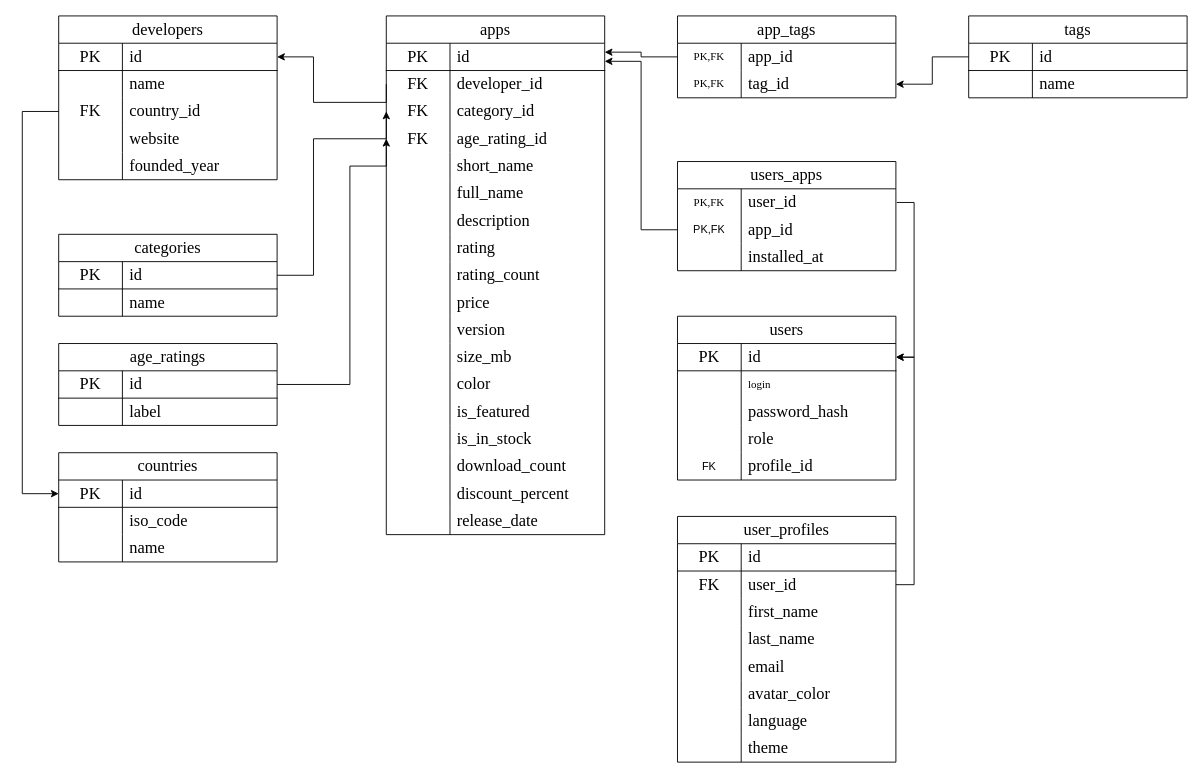
This is docs/UML/erd.drawio from martim-x/AppStore, a draw.io file, before an edit. Source tidied: cells renumbered, new cells numbered last; positions are measured from the earlier drawing's top-left corner, leaving out a move shared by most shapes. Both pictures are drawn from the tidied source at 91%, with x=0, y=0 at pixel (22, 15).
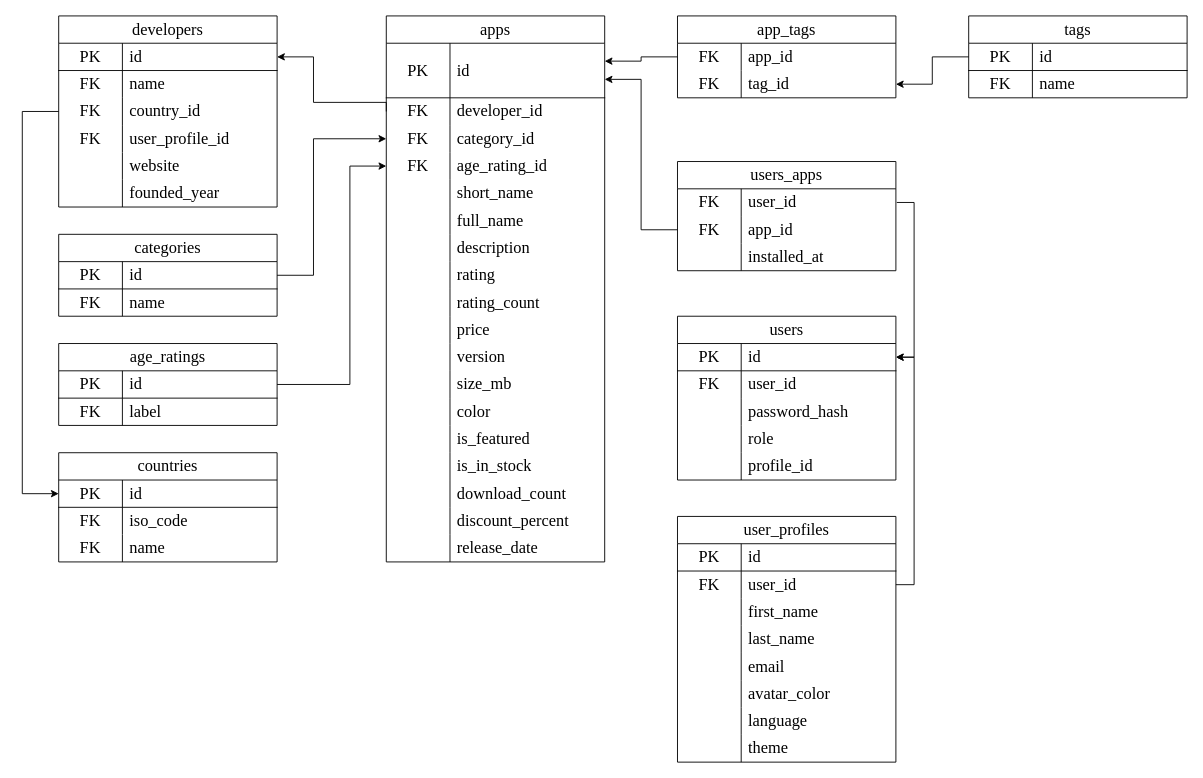
The same page after the edit.

Commit message (it also covers changes not shown here):
docs(UML): обратно 22 прецедента, крупнее эллипсы; синхронизация модели apps

Unchanged cells that the change refers to:
```xml
<mxCell id="31" style="shape=tableRow;horizontal=0;startSize=0;swimlaneHead=0;swimlaneBody=0;fillColor=none;top=0;left=0;right=0;bottom=0;html=1;" parent="27" vertex="1">
  <mxGeometry y="60" width="240" height="30" as="geometry" />
</mxCell>
<mxCell id="47" style="shape=tableRow;horizontal=0;startSize=0;swimlaneHead=0;swimlaneBody=0;fillColor=none;top=0;left=0;right=0;bottom=0;html=1;" parent="43" vertex="1">
  <mxGeometry y="60" width="240" height="30" as="geometry" />
</mxCell>
<mxCell id="50" style="shape=tableRow;horizontal=0;startSize=0;swimlaneHead=0;swimlaneBody=0;fillColor=none;top=0;left=0;right=0;bottom=0;html=1;" parent="43" vertex="1">
  <mxGeometry y="90" width="240" height="30" as="geometry" />
</mxCell>
<mxCell id="57" style="shape=tableRow;horizontal=0;startSize=0;swimlaneHead=0;swimlaneBody=0;fillColor=none;top=0;left=0;right=0;bottom=0;html=1;" parent="53" vertex="1">
  <mxGeometry y="60" width="240" height="30" as="geometry" />
</mxCell>
<mxCell id="64" style="shape=tableRow;horizontal=0;startSize=0;swimlaneHead=0;swimlaneBody=0;fillColor=none;top=0;left=0;right=0;bottom=0;html=1;" parent="60" vertex="1">
  <mxGeometry y="60" width="240" height="30" as="geometry" />
</mxCell>
<mxCell id="68" style="shape=tableRow;horizontal=0;startSize=0;swimlaneHead=0;swimlaneBody=0;fillColor=none;points=[[0,0.5],[1,0.5]];portConstraint=eastwest;top=0;left=0;right=0;bottom=0;html=1;" parent="67" vertex="1">
  <mxGeometry y="30" width="240" height="30" as="geometry" />
</mxCell>
<mxCell id="71" style="shape=tableRow;horizontal=0;startSize=0;swimlaneHead=0;swimlaneBody=0;fillColor=none;points=[[0,0.5],[1,0.5]];portConstraint=eastwest;top=0;left=0;right=0;bottom=0;html=1;" parent="67" vertex="1">
  <mxGeometry y="60" width="240" height="30" as="geometry" />
</mxCell>
<mxCell id="78" style="shape=tableRow;horizontal=0;startSize=0;swimlaneHead=0;swimlaneBody=0;fillColor=none;top=0;left=0;right=0;bottom=0;html=1;" parent="74" vertex="1">
  <mxGeometry y="60" width="240" height="30" as="geometry" />
</mxCell>
<mxCell id="87" style="shape=tableRow;horizontal=0;startSize=0;swimlaneHead=0;swimlaneBody=0;fillColor=none;top=0;left=0;right=0;bottom=0;html=1;" parent="74" vertex="1">
  <mxGeometry y="150" width="240" height="30" as="geometry" />
</mxCell>
<mxCell id="92" style="shape=tableRow;horizontal=0;startSize=0;swimlaneHead=0;swimlaneBody=0;fillColor=none;points=[[0,0.5],[1,0.5]];portConstraint=eastwest;top=0;left=0;right=0;bottom=0;html=1;strokeColor=inherit;perimeterSpacing=1;" parent="91" vertex="1">
  <mxGeometry y="30" width="240" height="30" as="geometry" />
</mxCell>
<mxCell id="95" style="shape=tableRow;horizontal=0;startSize=0;swimlaneHead=0;swimlaneBody=0;fillColor=none;points=[[0,0.5],[1,0.5]];portConstraint=eastwest;top=0;left=0;right=0;bottom=0;html=1;" parent="91" vertex="1">
  <mxGeometry y="60" width="240" height="30" as="geometry" />
</mxCell>
<mxCell id="105" style="shape=tableRow;horizontal=0;startSize=0;swimlaneHead=0;swimlaneBody=0;fillColor=none;top=0;left=0;right=0;bottom=0;html=1;" parent="101" vertex="1">
  <mxGeometry y="60" width="240" height="30" as="geometry" />
</mxCell>
```

The edit, as a diff of the source:
```diff
@@
     <mxCell id="27" value="&lt;div style=&quot;text-align: left;&quot;&gt;&lt;span style=&quot;background-color: transparent; color: light-dark(#000000, var(--ge-light-color, #ffffff)); text-wrap-mode: nowrap;&quot;&gt;developers&lt;/span&gt;&lt;/div&gt;" style="shape=table;startSize=30;childLayout=tableLayout;rowLines=0;fontStyle=0;align=center;html=1;whiteSpace=wrap;fontFamily=Times New Roman;fontSize=18;" parent="1" vertex="1">
-      <mxGeometry x="40" width="240" height="180" as="geometry" />
+      <mxGeometry x="40" width="240" height="210" as="geometry" />
     </mxCell>
@@
-    <mxCell id="32" style="shape=partialRectangle;fillColor=none;top=0;left=0;bottom=0;right=0;overflow=hidden;html=1;whiteSpace=wrap;fontFamily=Times New Roman;" parent="31" vertex="1">
+    <mxCell id="32" value="&lt;font style=&quot;font-size: 18px;&quot;&gt;FK&lt;/font&gt;" style="shape=partialRectangle;fillColor=none;top=0;left=0;bottom=0;right=0;overflow=hidden;html=1;whiteSpace=wrap;fontFamily=Times New Roman;" parent="31" vertex="1">
       <mxGeometry width="70" height="30" as="geometry" />
     </mxCell>
@@
+    <mxCell id="171" style="shape=tableRow;horizontal=0;startSize=0;swimlaneHead=0;swimlaneBody=0;fillColor=none;top=0;left=0;right=0;bottom=0;html=1;" parent="27" vertex="1">
+      <mxGeometry y="120" width="240" height="30" as="geometry" />
+    </mxCell>
+    <mxCell id="172" value="&lt;font style=&quot;font-size: 18px;&quot;&gt;FK&lt;/font&gt;" style="shape=partialRectangle;fillColor=none;top=0;left=0;bottom=0;right=0;overflow=hidden;html=1;whiteSpace=wrap;fontFamily=Times New Roman;" parent="171" vertex="1">
+      <mxGeometry width="70" height="30" as="geometry" />
+    </mxCell>
+    <mxCell id="173" value="user_profile_id" style="shape=partialRectangle;fillColor=none;top=0;left=0;bottom=0;right=0;align=left;spacingLeft=6;overflow=hidden;html=1;whiteSpace=wrap;fontSize=18;fontFamily=Times New Roman;" parent="171" vertex="1">
+      <mxGeometry x="70" width="170" height="30" as="geometry" />
+    </mxCell>
     <mxCell id="37" style="shape=tableRow;horizontal=0;startSize=0;swimlaneHead=0;swimlaneBody=0;fillColor=none;top=0;left=0;right=0;bottom=0;html=1;" parent="27" vertex="1">
-      <mxGeometry y="120" width="240" height="30" as="geometry" />
+      <mxGeometry y="150" width="240" height="30" as="geometry" />
     </mxCell>
@@
     <mxCell id="40" style="shape=tableRow;horizontal=0;startSize=0;swimlaneHead=0;swimlaneBody=0;fillColor=none;top=0;left=0;right=0;bottom=0;html=1;" parent="27" vertex="1">
-      <mxGeometry y="150" width="240" height="30" as="geometry" />
+      <mxGeometry y="180" width="240" height="30" as="geometry" />
     </mxCell>
@@
-    <mxCell id="48" style="shape=partialRectangle;fillColor=none;top=0;left=0;bottom=0;right=0;overflow=hidden;html=1;whiteSpace=wrap;fontFamily=Times New Roman;" parent="47" vertex="1">
+    <mxCell id="48" value="&lt;font style=&quot;font-size: 18px;&quot;&gt;FK&lt;/font&gt;" style="shape=partialRectangle;fillColor=none;top=0;left=0;bottom=0;right=0;overflow=hidden;html=1;whiteSpace=wrap;fontFamily=Times New Roman;" parent="47" vertex="1">
       <mxGeometry width="70" height="30" as="geometry" />
     </mxCell>
@@
-    <mxCell id="51" style="shape=partialRectangle;fillColor=none;top=0;left=0;bottom=0;right=0;overflow=hidden;html=1;whiteSpace=wrap;fontFamily=Times New Roman;" parent="50" vertex="1">
+    <mxCell id="51" value="&lt;font style=&quot;font-size: 18px;&quot;&gt;FK&lt;/font&gt;" style="shape=partialRectangle;fillColor=none;top=0;left=0;bottom=0;right=0;overflow=hidden;html=1;whiteSpace=wrap;fontFamily=Times New Roman;" parent="50" vertex="1">
       <mxGeometry width="70" height="30" as="geometry" />
     </mxCell>
@@
-    <mxCell id="58" style="shape=partialRectangle;fillColor=none;top=0;left=0;bottom=0;right=0;overflow=hidden;html=1;whiteSpace=wrap;fontFamily=Times New Roman;" parent="57" vertex="1">
+    <mxCell id="58" value="&lt;font style=&quot;font-size: 18px;&quot;&gt;FK&lt;/font&gt;" style="shape=partialRectangle;fillColor=none;top=0;left=0;bottom=0;right=0;overflow=hidden;html=1;whiteSpace=wrap;fontFamily=Times New Roman;" parent="57" vertex="1">
       <mxGeometry width="70" height="30" as="geometry" />
     </mxCell>
@@
-    <mxCell id="65" style="shape=partialRectangle;fillColor=none;top=0;left=0;bottom=0;right=0;overflow=hidden;html=1;whiteSpace=wrap;fontFamily=Times New Roman;" parent="64" vertex="1">
+    <mxCell id="65" value="&lt;font style=&quot;font-size: 18px;&quot;&gt;FK&lt;/font&gt;" style="shape=partialRectangle;fillColor=none;top=0;left=0;bottom=0;right=0;overflow=hidden;html=1;whiteSpace=wrap;fontFamily=Times New Roman;" parent="64" vertex="1">
       <mxGeometry width="70" height="30" as="geometry" />
     </mxCell>
@@
-    <mxCell id="69" value="PK,FK" style="shape=partialRectangle;fillColor=none;top=0;left=0;bottom=0;right=0;overflow=hidden;html=1;whiteSpace=wrap;fontFamily=Times New Roman;" parent="68" vertex="1">
+    <mxCell id="69" value="&lt;font style=&quot;font-size: 18px;&quot;&gt;FK&lt;/font&gt;" style="shape=partialRectangle;fillColor=none;top=0;left=0;bottom=0;right=0;overflow=hidden;html=1;whiteSpace=wrap;fontFamily=Times New Roman;" parent="68" vertex="1">
       <mxGeometry width="70" height="30" as="geometry" />
     </mxCell>
@@
-    <mxCell id="72" value="PK,FK" style="shape=partialRectangle;fillColor=none;top=0;left=0;bottom=0;right=0;overflow=hidden;html=1;whiteSpace=wrap;fontFamily=Times New Roman;" parent="71" vertex="1">
+    <mxCell id="72" value="&lt;font style=&quot;font-size: 18px;&quot;&gt;FK&lt;/font&gt;" style="shape=partialRectangle;fillColor=none;top=0;left=0;bottom=0;right=0;overflow=hidden;html=1;whiteSpace=wrap;fontFamily=Times New Roman;" parent="71" vertex="1">
       <mxGeometry width="70" height="30" as="geometry" />
     </mxCell>
@@
-    <mxCell id="79" style="shape=partialRectangle;fillColor=none;top=0;left=0;bottom=0;right=0;overflow=hidden;html=1;whiteSpace=wrap;fontFamily=Times New Roman;" parent="78" vertex="1">
+    <mxCell id="79" value="&lt;font style=&quot;font-size: 18px;&quot;&gt;FK&lt;/font&gt;" style="shape=partialRectangle;fillColor=none;top=0;left=0;bottom=0;right=0;overflow=hidden;html=1;whiteSpace=wrap;fontFamily=Times New Roman;" parent="78" vertex="1">
       <mxGeometry width="70" height="30" as="geometry" />
     </mxCell>
-    <mxCell id="80" value="login" style="shape=partialRectangle;fillColor=none;top=0;left=0;bottom=0;right=0;align=left;spacingLeft=6;overflow=hidden;html=1;whiteSpace=wrap;fontFamily=Times New Roman;" parent="78" vertex="1">
+    <mxCell id="80" value="&lt;font style=&quot;font-size: 18px;&quot;&gt;user_id&lt;/font&gt;" style="shape=partialRectangle;fillColor=none;top=0;left=0;bottom=0;right=0;align=left;spacingLeft=6;overflow=hidden;html=1;whiteSpace=wrap;fontFamily=Times New Roman;" parent="78" vertex="1">
       <mxGeometry x="70" width="170" height="30" as="geometry" />
     </mxCell>
@@
-    <mxCell id="88" value="FK" style="shape=partialRectangle;fillColor=none;top=0;left=0;bottom=0;right=0;overflow=hidden;html=1;whiteSpace=wrap;" parent="87" vertex="1">
+    <mxCell id="88" style="shape=partialRectangle;fillColor=none;top=0;left=0;bottom=0;right=0;overflow=hidden;html=1;whiteSpace=wrap;" parent="87" vertex="1">
       <mxGeometry width="70" height="30" as="geometry" />
     </mxCell>
@@
-    <mxCell id="93" value="PK,FK" style="shape=partialRectangle;fillColor=none;top=0;left=0;bottom=0;right=0;overflow=hidden;html=1;whiteSpace=wrap;fontFamily=Times New Roman;" parent="92" vertex="1">
+    <mxCell id="93" value="&lt;font style=&quot;font-size: 18px;&quot;&gt;FK&lt;/font&gt;" style="shape=partialRectangle;fillColor=none;top=0;left=0;bottom=0;right=0;overflow=hidden;html=1;whiteSpace=wrap;fontFamily=Times New Roman;" parent="92" vertex="1">
       <mxGeometry width="70" height="30" as="geometry" />
     </mxCell>
@@
-    <mxCell id="96" value="PK,FK" style="shape=partialRectangle;fillColor=none;top=0;left=0;bottom=0;right=0;overflow=hidden;html=1;whiteSpace=wrap;" parent="95" vertex="1">
+    <mxCell id="96" value="&lt;font face=&quot;Times New Roman&quot; style=&quot;font-size: 18px;&quot;&gt;FK&lt;/font&gt;" style="shape=partialRectangle;fillColor=none;top=0;left=0;bottom=0;right=0;overflow=hidden;html=1;whiteSpace=wrap;" parent="95" vertex="1">
       <mxGeometry width="70" height="30" as="geometry" />
     </mxCell>
@@
-    <mxCell id="106" style="shape=partialRectangle;fillColor=none;top=0;left=0;bottom=0;right=0;overflow=hidden;html=1;whiteSpace=wrap;fontFamily=Times New Roman;" parent="105" vertex="1">
+    <mxCell id="106" value="&lt;font style=&quot;font-size: 18px;&quot;&gt;FK&lt;/font&gt;" style="shape=partialRectangle;fillColor=none;top=0;left=0;bottom=0;right=0;overflow=hidden;html=1;whiteSpace=wrap;fontFamily=Times New Roman;" parent="105" vertex="1">
       <mxGeometry width="70" height="30" as="geometry" />
     </mxCell>
@@
     <mxCell id="109" value="&lt;div style=&quot;text-align: left;&quot;&gt;&lt;span style=&quot;background-color: transparent; color: light-dark(#000000, var(--ge-light-color, #ffffff)); text-wrap-mode: nowrap;&quot;&gt;apps&lt;/span&gt;&lt;/div&gt;" style="shape=table;startSize=30;childLayout=tableLayout;rowLines=0;fontStyle=0;align=center;html=1;whiteSpace=wrap;fontFamily=Times New Roman;fontSize=18;" parent="1" vertex="1">
-      <mxGeometry x="400" width="240" height="570" as="geometry" />
+      <mxGeometry x="400" width="240" height="600" as="geometry" />
     </mxCell>
     <mxCell id="110" style="shape=tableRow;horizontal=0;startSize=0;swimlaneHead=0;swimlaneBody=0;fillColor=none;points=[[0,0.5],[1,0.5]];portConstraint=eastwest;top=0;left=0;right=0;bottom=1;html=1;" parent="109" vertex="1">
-      <mxGeometry y="30" width="240" height="30" as="geometry" />
+      <mxGeometry y="30" width="240" height="60" as="geometry" />
     </mxCell>
     <mxCell id="111" value="&lt;font face=&quot;Times New Roman&quot; style=&quot;font-size: 18px;&quot;&gt;PK&lt;/font&gt;" style="shape=partialRectangle;fillColor=none;top=0;left=0;bottom=0;right=0;fontStyle=0;overflow=hidden;html=1;whiteSpace=wrap;" parent="110" vertex="1">
-      <mxGeometry width="70" height="30" as="geometry" />
+      <mxGeometry width="70" height="60" as="geometry" />
     </mxCell>
     <mxCell id="112" value="&lt;font face=&quot;Times New Roman&quot; style=&quot;font-size: 18px;&quot;&gt;id&lt;/font&gt;" style="shape=partialRectangle;fillColor=none;top=0;left=0;bottom=0;right=0;align=left;spacingLeft=6;fontStyle=0;overflow=hidden;html=1;whiteSpace=wrap;" parent="110" vertex="1">
-      <mxGeometry x="70" width="170" height="30" as="geometry" />
+      <mxGeometry x="70" width="170" height="60" as="geometry" />
     </mxCell>
     <mxCell id="113" style="shape=tableRow;horizontal=0;startSize=0;swimlaneHead=0;swimlaneBody=0;fillColor=none;points=[[0,0.5],[1,0.5]];portConstraint=eastwest;top=0;left=0;right=0;bottom=0;html=1;" parent="109" vertex="1">
-      <mxGeometry y="60" width="240" height="30" as="geometry" />
+      <mxGeometry y="90" width="240" height="30" as="geometry" />
     </mxCell>
@@
     <mxCell id="116" style="shape=tableRow;horizontal=0;startSize=0;swimlaneHead=0;swimlaneBody=0;fillColor=none;points=[[0,0.5],[1,0.5]];portConstraint=eastwest;top=0;left=0;right=0;bottom=0;html=1;" parent="109" vertex="1">
-      <mxGeometry y="90" width="240" height="30" as="geometry" />
+      <mxGeometry y="120" width="240" height="30" as="geometry" />
     </mxCell>
@@
     <mxCell id="119" style="shape=tableRow;horizontal=0;startSize=0;swimlaneHead=0;swimlaneBody=0;fillColor=none;points=[[0,0.5],[1,0.5]];portConstraint=eastwest;top=0;left=0;right=0;bottom=0;html=1;" parent="109" vertex="1">
-      <mxGeometry y="120" width="240" height="30" as="geometry" />
+      <mxGeometry y="150" width="240" height="30" as="geometry" />
     </mxCell>
@@
     <mxCell id="122" style="shape=tableRow;horizontal=0;startSize=0;swimlaneHead=0;swimlaneBody=0;fillColor=none;top=0;left=0;right=0;bottom=0;html=1;" parent="109" vertex="1">
-      <mxGeometry y="150" width="240" height="30" as="geometry" />
+      <mxGeometry y="180" width="240" height="30" as="geometry" />
     </mxCell>
@@
     <mxCell id="125" style="shape=tableRow;horizontal=0;startSize=0;swimlaneHead=0;swimlaneBody=0;fillColor=none;top=0;left=0;right=0;bottom=0;html=1;" parent="109" vertex="1">
-      <mxGeometry y="180" width="240" height="30" as="geometry" />
+      <mxGeometry y="210" width="240" height="30" as="geometry" />
     </mxCell>
@@
     <mxCell id="128" style="shape=tableRow;horizontal=0;startSize=0;swimlaneHead=0;swimlaneBody=0;fillColor=none;top=0;left=0;right=0;bottom=0;html=1;" parent="109" vertex="1">
-      <mxGeometry y="210" width="240" height="30" as="geometry" />
+      <mxGeometry y="240" width="240" height="30" as="geometry" />
     </mxCell>
@@
     <mxCell id="131" style="shape=tableRow;horizontal=0;startSize=0;swimlaneHead=0;swimlaneBody=0;fillColor=none;top=0;left=0;right=0;bottom=0;html=1;" parent="109" vertex="1">
-      <mxGeometry y="240" width="240" height="30" as="geometry" />
+      <mxGeometry y="270" width="240" height="30" as="geometry" />
     </mxCell>
@@
     <mxCell id="134" style="shape=tableRow;horizontal=0;startSize=0;swimlaneHead=0;swimlaneBody=0;fillColor=none;top=0;left=0;right=0;bottom=0;html=1;" parent="109" vertex="1">
-      <mxGeometry y="270" width="240" height="30" as="geometry" />
+      <mxGeometry y="300" width="240" height="30" as="geometry" />
     </mxCell>
@@
     <mxCell id="137" style="shape=tableRow;horizontal=0;startSize=0;swimlaneHead=0;swimlaneBody=0;fillColor=none;top=0;left=0;right=0;bottom=0;html=1;" parent="109" vertex="1">
-      <mxGeometry y="300" width="240" height="30" as="geometry" />
+      <mxGeometry y="330" width="240" height="30" as="geometry" />
     </mxCell>
@@
     <mxCell id="140" style="shape=tableRow;horizontal=0;startSize=0;swimlaneHead=0;swimlaneBody=0;fillColor=none;top=0;left=0;right=0;bottom=0;html=1;" parent="109" vertex="1">
-      <mxGeometry y="330" width="240" height="30" as="geometry" />
+      <mxGeometry y="360" width="240" height="30" as="geometry" />
     </mxCell>
@@
     <mxCell id="143" style="shape=tableRow;horizontal=0;startSize=0;swimlaneHead=0;swimlaneBody=0;fillColor=none;top=0;left=0;right=0;bottom=0;html=1;" parent="109" vertex="1">
-      <mxGeometry y="360" width="240" height="30" as="geometry" />
+      <mxGeometry y="390" width="240" height="30" as="geometry" />
     </mxCell>
@@
     <mxCell id="146" style="shape=tableRow;horizontal=0;startSize=0;swimlaneHead=0;swimlaneBody=0;fillColor=none;top=0;left=0;right=0;bottom=0;html=1;" parent="109" vertex="1">
-      <mxGeometry y="390" width="240" height="30" as="geometry" />
+      <mxGeometry y="420" width="240" height="30" as="geometry" />
     </mxCell>
@@
     <mxCell id="149" style="shape=tableRow;horizontal=0;startSize=0;swimlaneHead=0;swimlaneBody=0;fillColor=none;top=0;left=0;right=0;bottom=0;html=1;" parent="109" vertex="1">
-      <mxGeometry y="420" width="240" height="30" as="geometry" />
+      <mxGeometry y="450" width="240" height="30" as="geometry" />
     </mxCell>
@@
     <mxCell id="152" style="shape=tableRow;horizontal=0;startSize=0;swimlaneHead=0;swimlaneBody=0;fillColor=none;top=0;left=0;right=0;bottom=0;html=1;" parent="109" vertex="1">
-      <mxGeometry y="450" width="240" height="30" as="geometry" />
+      <mxGeometry y="480" width="240" height="30" as="geometry" />
     </mxCell>
@@
     <mxCell id="155" style="shape=tableRow;horizontal=0;startSize=0;swimlaneHead=0;swimlaneBody=0;fillColor=none;top=0;left=0;right=0;bottom=0;html=1;" parent="109" vertex="1">
-      <mxGeometry y="480" width="240" height="30" as="geometry" />
+      <mxGeometry y="510" width="240" height="30" as="geometry" />
     </mxCell>
@@
     <mxCell id="158" style="shape=tableRow;horizontal=0;startSize=0;swimlaneHead=0;swimlaneBody=0;fillColor=none;top=0;left=0;right=0;bottom=0;html=1;" parent="109" vertex="1">
-      <mxGeometry y="510" width="240" height="30" as="geometry" />
+      <mxGeometry y="540" width="240" height="30" as="geometry" />
     </mxCell>
@@
     <mxCell id="161" style="shape=tableRow;horizontal=0;startSize=0;swimlaneHead=0;swimlaneBody=0;fillColor=none;top=0;left=0;right=0;bottom=0;html=1;" parent="109" vertex="1">
-      <mxGeometry y="540" width="240" height="30" as="geometry" />
+      <mxGeometry y="570" width="240" height="30" as="geometry" />
     </mxCell>
```
